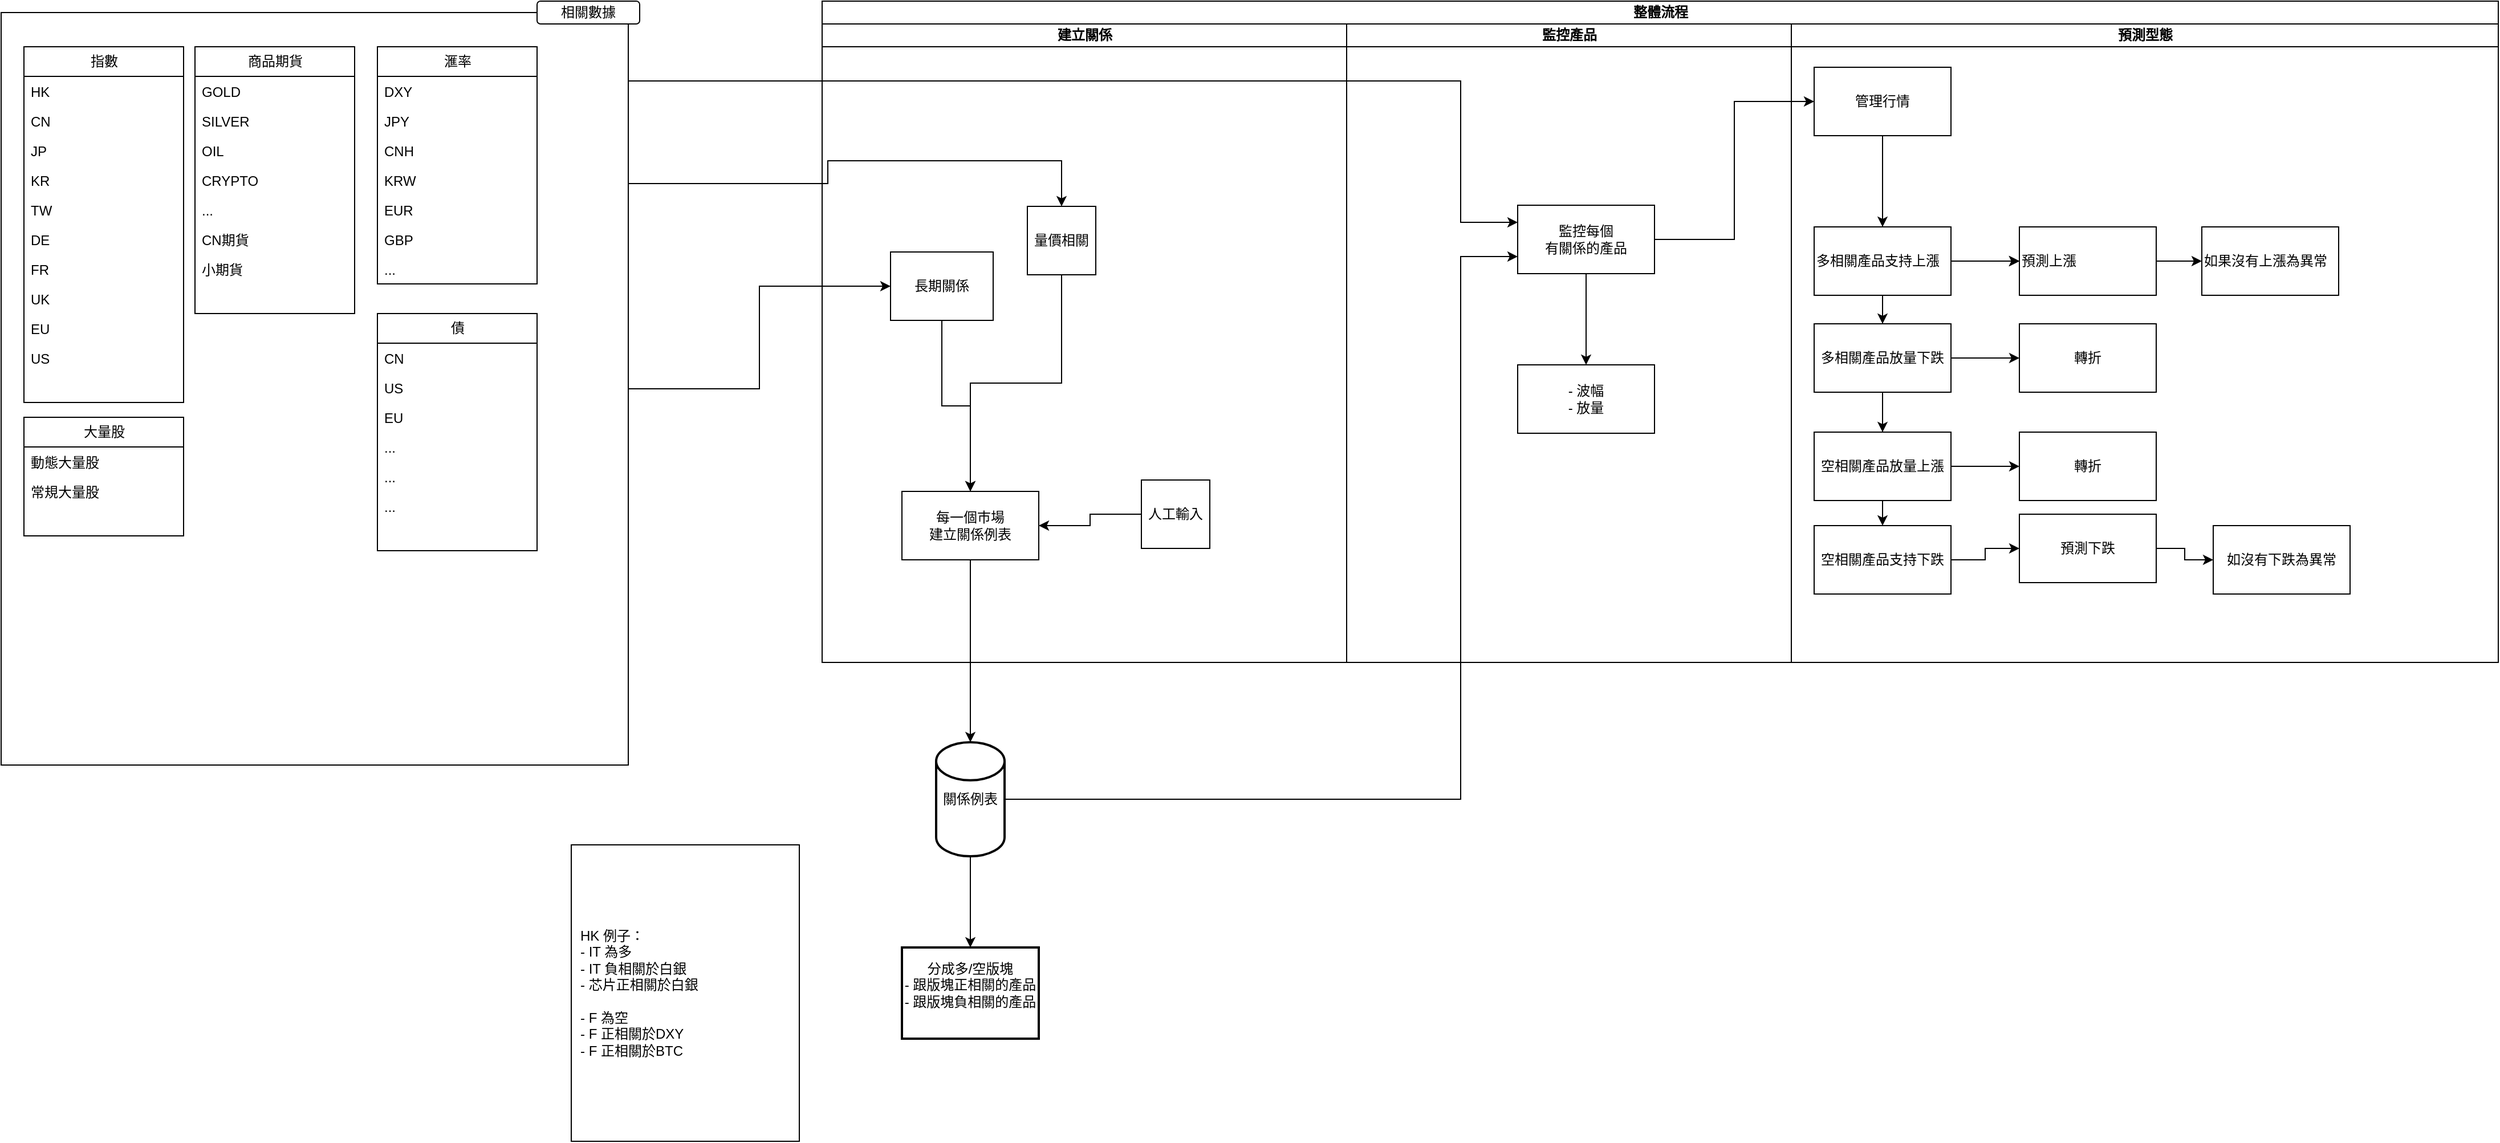
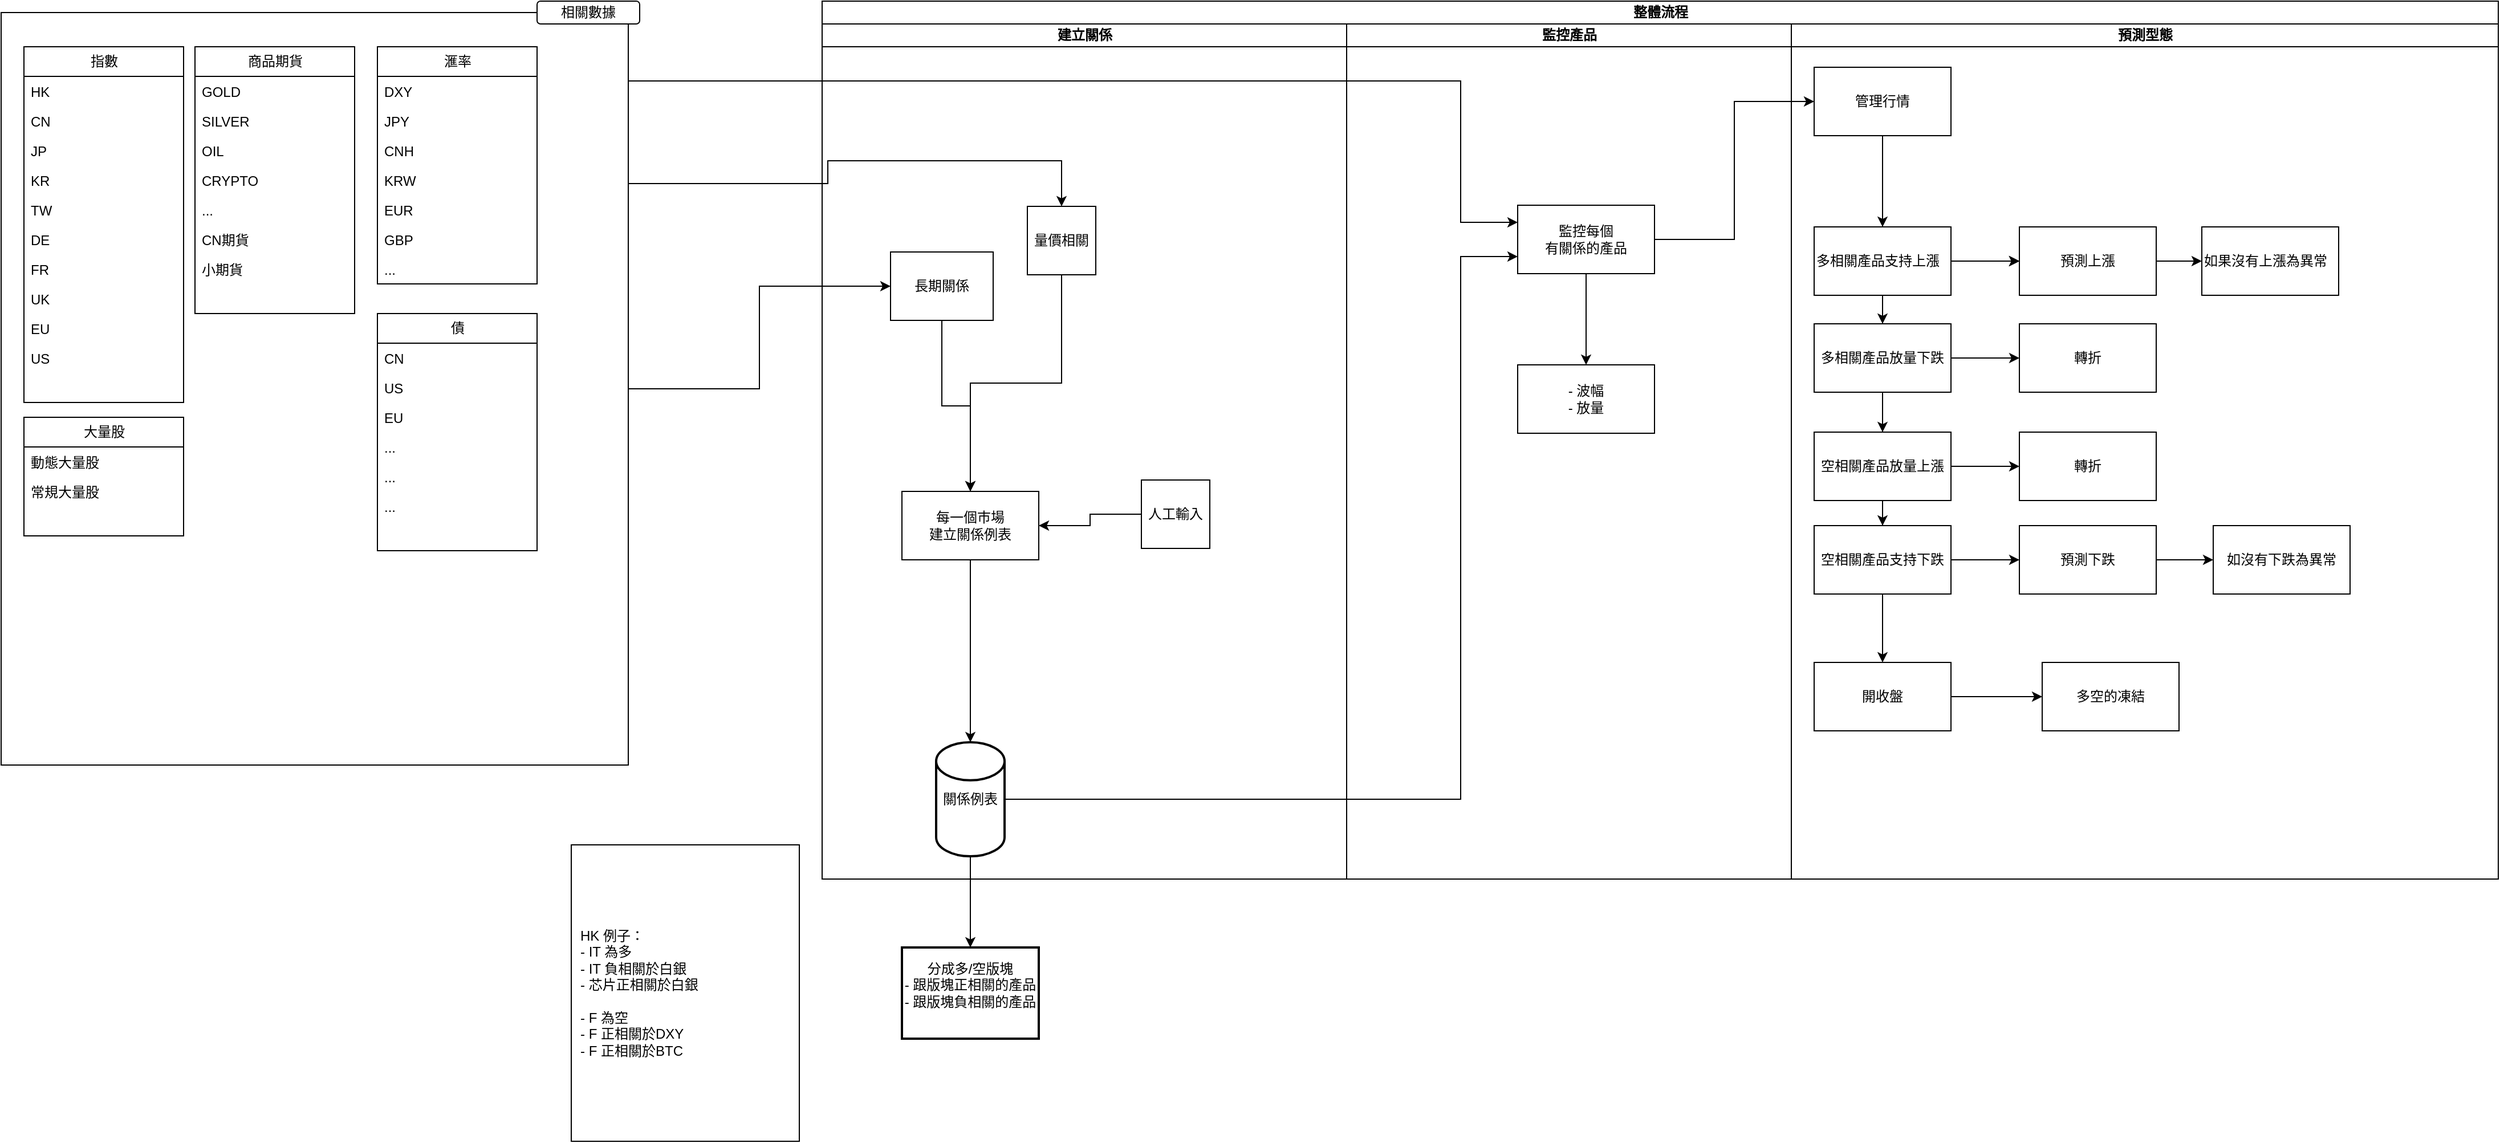
<mxfile host="app.diagrams.net" agent="5.0 (Windows NT 10.0; Win64; x64) AppleWebKit/537.36 (KHTML, like Gecko) Chrome/90.0.4430.212 Safari/537.36">
  <diagram name="Page-1" id="74e2e168-ea6b-b213-b513-2b3c1d86103e">
    <mxGraphModel dx="3812" dy="1174" grid="1" gridSize="10" guides="1" tooltips="1" connect="1" arrows="1" fold="1" page="1" pageScale="1" pageWidth="1100" pageHeight="850" background="none" math="0" shadow="0">
      <root>
        <mxCell id="0" />
        <mxCell id="1" parent="0" />
        <mxCell id="YQHDDsOLslfGtJY1zLIF-77" edge="1" parent="1" source="YQHDDsOLslfGtJY1zLIF-29" style="edgeStyle=orthogonalEdgeStyle;rounded=0;orthogonalLoop=1;jettySize=auto;html=1;entryX=0.5;entryY=0;entryDx=0;entryDy=0;" target="YQHDDsOLslfGtJY1zLIF-23">
          <mxGeometry relative="1" as="geometry">
            <Array as="points">
              <mxPoint x="145" y="220" />
              <mxPoint x="145" y="200" />
              <mxPoint x="350" y="200" />
            </Array>
          </mxGeometry>
        </mxCell>
        <mxCell id="YQHDDsOLslfGtJY1zLIF-78" edge="1" parent="1" source="YQHDDsOLslfGtJY1zLIF-29" style="edgeStyle=orthogonalEdgeStyle;rounded=0;orthogonalLoop=1;jettySize=auto;html=1;entryX=0;entryY=0.5;entryDx=0;entryDy=0;" target="YQHDDsOLslfGtJY1zLIF-21">
          <mxGeometry relative="1" as="geometry" />
        </mxCell>
        <mxCell id="YQHDDsOLslfGtJY1zLIF-80" edge="1" parent="1" source="YQHDDsOLslfGtJY1zLIF-29" style="edgeStyle=orthogonalEdgeStyle;rounded=0;orthogonalLoop=1;jettySize=auto;html=1;entryX=0;entryY=0.25;entryDx=0;entryDy=0;" target="YQHDDsOLslfGtJY1zLIF-15">
          <mxGeometry relative="1" as="geometry">
            <Array as="points">
              <mxPoint x="700" y="130" />
              <mxPoint x="700" y="254" />
            </Array>
          </mxGeometry>
        </mxCell>
        <mxCell id="YQHDDsOLslfGtJY1zLIF-29" parent="1" style="rounded=0;whiteSpace=wrap;html=1;" value="" vertex="1">
          <mxGeometry height="660" width="550" x="-580" y="70" as="geometry" />
        </mxCell>
        <mxCell id="YQHDDsOLslfGtJY1zLIF-5" parent="1" style="swimlane;childLayout=stackLayout;resizeParent=1;resizeParentMax=0;startSize=20;html=1;" value="整體流程" vertex="1">
-           <mxGeometry height="580" width="1470" x="140" y="60" as="geometry" />
+           <mxGeometry height="770" width="1470" x="140" y="60" as="geometry" />
        </mxCell>
        <mxCell id="YQHDDsOLslfGtJY1zLIF-6" parent="YQHDDsOLslfGtJY1zLIF-5" style="swimlane;startSize=20;html=1;" value="建立關係" vertex="1">
-           <mxGeometry height="560" width="460" y="20" as="geometry" />
+           <mxGeometry height="750" width="460" y="20" as="geometry" />
        </mxCell>
        <mxCell id="YQHDDsOLslfGtJY1zLIF-9" parent="YQHDDsOLslfGtJY1zLIF-6" style="rounded=0;whiteSpace=wrap;html=1;" value="每一個巿場&lt;br&gt;建立關係例表" vertex="1">
          <mxGeometry height="60" width="120" x="70" y="410" as="geometry" />
        </mxCell>
        <mxCell id="YQHDDsOLslfGtJY1zLIF-22" edge="1" parent="YQHDDsOLslfGtJY1zLIF-6" source="YQHDDsOLslfGtJY1zLIF-21" style="edgeStyle=orthogonalEdgeStyle;rounded=0;orthogonalLoop=1;jettySize=auto;html=1;entryX=0.5;entryY=0;entryDx=0;entryDy=0;" target="YQHDDsOLslfGtJY1zLIF-9">
          <mxGeometry relative="1" as="geometry" />
        </mxCell>
        <mxCell id="YQHDDsOLslfGtJY1zLIF-21" parent="YQHDDsOLslfGtJY1zLIF-6" style="rounded=0;whiteSpace=wrap;html=1;" value="長期關係" vertex="1">
          <mxGeometry height="60" width="90" x="60" y="200" as="geometry" />
        </mxCell>
        <mxCell id="YQHDDsOLslfGtJY1zLIF-25" edge="1" parent="YQHDDsOLslfGtJY1zLIF-6" source="YQHDDsOLslfGtJY1zLIF-23" style="edgeStyle=orthogonalEdgeStyle;rounded=0;orthogonalLoop=1;jettySize=auto;html=1;entryX=0.5;entryY=0;entryDx=0;entryDy=0;" target="YQHDDsOLslfGtJY1zLIF-9">
          <mxGeometry relative="1" as="geometry" />
        </mxCell>
        <mxCell id="YQHDDsOLslfGtJY1zLIF-23" parent="YQHDDsOLslfGtJY1zLIF-6" style="rounded=0;whiteSpace=wrap;html=1;" value="量價相關" vertex="1">
          <mxGeometry height="60" width="60" x="180" y="160" as="geometry" />
        </mxCell>
        <mxCell id="YQHDDsOLslfGtJY1zLIF-79" edge="1" parent="YQHDDsOLslfGtJY1zLIF-6" source="YQHDDsOLslfGtJY1zLIF-26" style="edgeStyle=orthogonalEdgeStyle;rounded=0;orthogonalLoop=1;jettySize=auto;html=1;" target="YQHDDsOLslfGtJY1zLIF-9">
          <mxGeometry relative="1" as="geometry" />
        </mxCell>
        <mxCell id="YQHDDsOLslfGtJY1zLIF-26" parent="YQHDDsOLslfGtJY1zLIF-6" style="rounded=0;whiteSpace=wrap;html=1;" value="人工輸入" vertex="1">
          <mxGeometry height="60" width="60" x="280" y="400" as="geometry" />
        </mxCell>
        <mxCell id="YQHDDsOLslfGtJY1zLIF-7" parent="YQHDDsOLslfGtJY1zLIF-5" style="swimlane;startSize=20;html=1;" value="監控產品" vertex="1">
-           <mxGeometry height="560" width="390" x="460" y="20" as="geometry" />
+           <mxGeometry height="750" width="390" x="460" y="20" as="geometry" />
        </mxCell>
        <mxCell id="YQHDDsOLslfGtJY1zLIF-82" edge="1" parent="YQHDDsOLslfGtJY1zLIF-7" source="YQHDDsOLslfGtJY1zLIF-15" style="edgeStyle=orthogonalEdgeStyle;rounded=0;orthogonalLoop=1;jettySize=auto;html=1;" target="YQHDDsOLslfGtJY1zLIF-81" value="">
          <mxGeometry relative="1" as="geometry" />
        </mxCell>
        <mxCell id="YQHDDsOLslfGtJY1zLIF-15" parent="YQHDDsOLslfGtJY1zLIF-7" style="rounded=0;whiteSpace=wrap;html=1;" value="&lt;div&gt;監控每個&lt;/div&gt;&lt;div&gt;有關係的產品&lt;/div&gt;" vertex="1">
          <mxGeometry height="60" width="120" x="150" y="159" as="geometry" />
        </mxCell>
        <mxCell id="YQHDDsOLslfGtJY1zLIF-81" parent="YQHDDsOLslfGtJY1zLIF-7" style="whiteSpace=wrap;html=1;rounded=0;" value="- 波幅&lt;div&gt;- 放量&lt;/div&gt;" vertex="1">
          <mxGeometry height="60" width="120" x="150" y="299" as="geometry" />
        </mxCell>
        <mxCell id="YQHDDsOLslfGtJY1zLIF-18" edge="1" parent="YQHDDsOLslfGtJY1zLIF-5" source="YQHDDsOLslfGtJY1zLIF-15" style="edgeStyle=orthogonalEdgeStyle;rounded=0;orthogonalLoop=1;jettySize=auto;html=1;entryX=0;entryY=0.5;entryDx=0;entryDy=0;" target="YQHDDsOLslfGtJY1zLIF-17">
          <mxGeometry relative="1" as="geometry" />
        </mxCell>
        <mxCell id="YQHDDsOLslfGtJY1zLIF-8" parent="YQHDDsOLslfGtJY1zLIF-5" style="swimlane;startSize=20;html=1;" value="預測型態" vertex="1">
-           <mxGeometry height="560" width="620" x="850" y="20" as="geometry" />
+           <mxGeometry height="750" width="620" x="850" y="20" as="geometry" />
        </mxCell>
        <mxCell id="YQHDDsOLslfGtJY1zLIF-99" edge="1" parent="YQHDDsOLslfGtJY1zLIF-8" source="YQHDDsOLslfGtJY1zLIF-17" style="edgeStyle=orthogonalEdgeStyle;rounded=0;orthogonalLoop=1;jettySize=auto;html=1;" target="YQHDDsOLslfGtJY1zLIF-98" value="">
          <mxGeometry relative="1" as="geometry" />
        </mxCell>
        <mxCell id="YQHDDsOLslfGtJY1zLIF-109" edge="1" parent="YQHDDsOLslfGtJY1zLIF-8" source="YQHDDsOLslfGtJY1zLIF-17" style="edgeStyle=orthogonalEdgeStyle;rounded=0;orthogonalLoop=1;jettySize=auto;html=1;" target="YQHDDsOLslfGtJY1zLIF-108" value="">
          <mxGeometry relative="1" as="geometry" />
        </mxCell>
        <mxCell id="YQHDDsOLslfGtJY1zLIF-115" edge="1" parent="YQHDDsOLslfGtJY1zLIF-8" source="YQHDDsOLslfGtJY1zLIF-17" style="edgeStyle=orthogonalEdgeStyle;rounded=0;orthogonalLoop=1;jettySize=auto;html=1;" target="YQHDDsOLslfGtJY1zLIF-114" value="">
          <mxGeometry relative="1" as="geometry" />
        </mxCell>
        <mxCell id="YQHDDsOLslfGtJY1zLIF-119" edge="1" parent="YQHDDsOLslfGtJY1zLIF-8" source="YQHDDsOLslfGtJY1zLIF-17" style="edgeStyle=orthogonalEdgeStyle;rounded=0;orthogonalLoop=1;jettySize=auto;html=1;" target="YQHDDsOLslfGtJY1zLIF-118" value="">
+           <mxGeometry relative="1" as="geometry" />
+         </mxCell>
+         <mxCell id="u62yTT3lsbl58B5bih1E-2" edge="1" parent="YQHDDsOLslfGtJY1zLIF-8" source="YQHDDsOLslfGtJY1zLIF-17" style="edgeStyle=orthogonalEdgeStyle;rounded=0;orthogonalLoop=1;jettySize=auto;html=1;" target="u62yTT3lsbl58B5bih1E-1" value="">
          <mxGeometry relative="1" as="geometry" />
        </mxCell>
        <mxCell id="YQHDDsOLslfGtJY1zLIF-17" parent="YQHDDsOLslfGtJY1zLIF-8" style="rounded=0;whiteSpace=wrap;html=1;" value="管理行情" vertex="1">
          <mxGeometry height="60" width="120" x="20" y="38" as="geometry" />
        </mxCell>
        <mxCell id="YQHDDsOLslfGtJY1zLIF-101" edge="1" parent="YQHDDsOLslfGtJY1zLIF-8" source="YQHDDsOLslfGtJY1zLIF-98" style="edgeStyle=orthogonalEdgeStyle;rounded=0;orthogonalLoop=1;jettySize=auto;html=1;" target="YQHDDsOLslfGtJY1zLIF-100" value="">
          <mxGeometry relative="1" as="geometry" />
        </mxCell>
        <mxCell id="YQHDDsOLslfGtJY1zLIF-103" edge="1" parent="YQHDDsOLslfGtJY1zLIF-8" source="YQHDDsOLslfGtJY1zLIF-98" style="edgeStyle=orthogonalEdgeStyle;rounded=0;orthogonalLoop=1;jettySize=auto;html=1;" target="YQHDDsOLslfGtJY1zLIF-100" value="">
          <mxGeometry relative="1" as="geometry" />
        </mxCell>
        <mxCell id="YQHDDsOLslfGtJY1zLIF-104" edge="1" parent="YQHDDsOLslfGtJY1zLIF-8" source="YQHDDsOLslfGtJY1zLIF-98" style="edgeStyle=orthogonalEdgeStyle;rounded=0;orthogonalLoop=1;jettySize=auto;html=1;" target="YQHDDsOLslfGtJY1zLIF-100" value="">
          <mxGeometry relative="1" as="geometry" />
        </mxCell>
        <mxCell id="YQHDDsOLslfGtJY1zLIF-98" parent="YQHDDsOLslfGtJY1zLIF-8" style="whiteSpace=wrap;html=1;rounded=0;align=left;" value="多相關產品支持上漲" vertex="1">
          <mxGeometry height="60" width="120" x="20" y="178" as="geometry" />
        </mxCell>
        <mxCell id="YQHDDsOLslfGtJY1zLIF-107" edge="1" parent="YQHDDsOLslfGtJY1zLIF-8" source="YQHDDsOLslfGtJY1zLIF-100" style="edgeStyle=orthogonalEdgeStyle;rounded=0;orthogonalLoop=1;jettySize=auto;html=1;entryX=0;entryY=0.5;entryDx=0;entryDy=0;" target="YQHDDsOLslfGtJY1zLIF-105">
          <mxGeometry relative="1" as="geometry" />
        </mxCell>
-         <mxCell id="YQHDDsOLslfGtJY1zLIF-100" parent="YQHDDsOLslfGtJY1zLIF-8" style="whiteSpace=wrap;html=1;align=left;rounded=0;" value="預測上漲" vertex="1">
+         <mxCell id="YQHDDsOLslfGtJY1zLIF-100" parent="YQHDDsOLslfGtJY1zLIF-8" style="whiteSpace=wrap;html=1;align=center;rounded=0;" value="預測上漲" vertex="1">
          <mxGeometry height="60" width="120" x="200" y="178" as="geometry" />
        </mxCell>
        <mxCell id="YQHDDsOLslfGtJY1zLIF-105" parent="YQHDDsOLslfGtJY1zLIF-8" style="whiteSpace=wrap;html=1;align=left;rounded=0;" value="如果沒有上漲為異常" vertex="1">
          <mxGeometry height="60" width="120" x="360" y="178" as="geometry" />
        </mxCell>
        <mxCell id="YQHDDsOLslfGtJY1zLIF-113" edge="1" parent="YQHDDsOLslfGtJY1zLIF-8" source="YQHDDsOLslfGtJY1zLIF-108" style="edgeStyle=orthogonalEdgeStyle;rounded=0;orthogonalLoop=1;jettySize=auto;html=1;" target="YQHDDsOLslfGtJY1zLIF-112" value="">
          <mxGeometry relative="1" as="geometry" />
        </mxCell>
        <mxCell id="YQHDDsOLslfGtJY1zLIF-108" parent="YQHDDsOLslfGtJY1zLIF-8" style="whiteSpace=wrap;html=1;rounded=0;" value="多相關產品放量下跌" vertex="1">
          <mxGeometry height="60" width="120" x="20" y="263" as="geometry" />
        </mxCell>
        <mxCell id="YQHDDsOLslfGtJY1zLIF-112" parent="YQHDDsOLslfGtJY1zLIF-8" style="whiteSpace=wrap;html=1;rounded=0;" value="轉折" vertex="1">
          <mxGeometry height="60" width="120" x="200" y="263" as="geometry" />
        </mxCell>
        <mxCell id="YQHDDsOLslfGtJY1zLIF-117" edge="1" parent="YQHDDsOLslfGtJY1zLIF-8" source="YQHDDsOLslfGtJY1zLIF-114" style="edgeStyle=orthogonalEdgeStyle;rounded=0;orthogonalLoop=1;jettySize=auto;html=1;entryX=0;entryY=0.5;entryDx=0;entryDy=0;" target="YQHDDsOLslfGtJY1zLIF-116">
          <mxGeometry relative="1" as="geometry" />
        </mxCell>
        <mxCell id="YQHDDsOLslfGtJY1zLIF-114" parent="YQHDDsOLslfGtJY1zLIF-8" style="whiteSpace=wrap;html=1;rounded=0;" value="空相關產品放量上漲" vertex="1">
          <mxGeometry height="60" width="120" x="20" y="358" as="geometry" />
        </mxCell>
        <mxCell id="YQHDDsOLslfGtJY1zLIF-116" parent="YQHDDsOLslfGtJY1zLIF-8" style="whiteSpace=wrap;html=1;rounded=0;" value="轉折" vertex="1">
          <mxGeometry height="60" width="120" x="200" y="358" as="geometry" />
        </mxCell>
        <mxCell id="YQHDDsOLslfGtJY1zLIF-121" edge="1" parent="YQHDDsOLslfGtJY1zLIF-8" source="YQHDDsOLslfGtJY1zLIF-118" style="edgeStyle=orthogonalEdgeStyle;rounded=0;orthogonalLoop=1;jettySize=auto;html=1;" target="YQHDDsOLslfGtJY1zLIF-120">
          <mxGeometry relative="1" as="geometry" />
        </mxCell>
        <mxCell id="YQHDDsOLslfGtJY1zLIF-118" parent="YQHDDsOLslfGtJY1zLIF-8" style="whiteSpace=wrap;html=1;rounded=0;" value="&lt;span style=&quot;text-align: left;&quot;&gt;空相關產品支持下跌&lt;/span&gt;" vertex="1">
          <mxGeometry height="60" width="120" x="20" y="440" as="geometry" />
        </mxCell>
        <mxCell id="YQHDDsOLslfGtJY1zLIF-124" edge="1" parent="YQHDDsOLslfGtJY1zLIF-8" source="YQHDDsOLslfGtJY1zLIF-120" style="edgeStyle=orthogonalEdgeStyle;rounded=0;orthogonalLoop=1;jettySize=auto;html=1;" target="YQHDDsOLslfGtJY1zLIF-123" value="">
          <mxGeometry relative="1" as="geometry" />
        </mxCell>
        <mxCell id="YQHDDsOLslfGtJY1zLIF-120" parent="YQHDDsOLslfGtJY1zLIF-8" style="whiteSpace=wrap;html=1;rounded=0;" value="預測下跌" vertex="1">
-           <mxGeometry height="60" width="120" x="200" y="430" as="geometry" />
+           <mxGeometry height="60" width="120" x="200" y="440" as="geometry" />
        </mxCell>
        <mxCell id="YQHDDsOLslfGtJY1zLIF-123" parent="YQHDDsOLslfGtJY1zLIF-8" style="whiteSpace=wrap;html=1;rounded=0;" value="如沒有下跌為異常" vertex="1">
          <mxGeometry height="60" width="120" x="370" y="440" as="geometry" />
+         </mxCell>
+         <mxCell id="u62yTT3lsbl58B5bih1E-4" edge="1" parent="YQHDDsOLslfGtJY1zLIF-8" source="u62yTT3lsbl58B5bih1E-1" style="edgeStyle=orthogonalEdgeStyle;rounded=0;orthogonalLoop=1;jettySize=auto;html=1;" target="u62yTT3lsbl58B5bih1E-3" value="">
+           <mxGeometry relative="1" as="geometry" />
+         </mxCell>
+         <mxCell id="u62yTT3lsbl58B5bih1E-1" parent="YQHDDsOLslfGtJY1zLIF-8" style="whiteSpace=wrap;html=1;rounded=0;" value="開收盤" vertex="1">
+           <mxGeometry height="60" width="120" x="20" y="560" as="geometry" />
+         </mxCell>
+         <mxCell id="u62yTT3lsbl58B5bih1E-3" parent="YQHDDsOLslfGtJY1zLIF-8" style="whiteSpace=wrap;html=1;rounded=0;" value="多空的凍結" vertex="1">
+           <mxGeometry height="60" width="120" x="220" y="560" as="geometry" />
        </mxCell>
        <mxCell id="YQHDDsOLslfGtJY1zLIF-16" edge="1" parent="1" source="YQHDDsOLslfGtJY1zLIF-10" style="edgeStyle=orthogonalEdgeStyle;rounded=0;orthogonalLoop=1;jettySize=auto;html=1;entryX=0;entryY=0.75;entryDx=0;entryDy=0;" target="YQHDDsOLslfGtJY1zLIF-15">
          <mxGeometry relative="1" as="geometry">
            <Array as="points">
              <mxPoint x="700" y="760" />
              <mxPoint x="700" y="284" />
            </Array>
          </mxGeometry>
        </mxCell>
        <mxCell id="YQHDDsOLslfGtJY1zLIF-84" edge="1" parent="1" source="YQHDDsOLslfGtJY1zLIF-10" style="edgeStyle=orthogonalEdgeStyle;rounded=0;orthogonalLoop=1;jettySize=auto;html=1;" target="YQHDDsOLslfGtJY1zLIF-83" value="">
          <mxGeometry relative="1" as="geometry" />
        </mxCell>
        <mxCell id="YQHDDsOLslfGtJY1zLIF-10" parent="1" style="strokeWidth=2;html=1;shape=mxgraph.flowchart.database;whiteSpace=wrap;" value="關係例表" vertex="1">
          <mxGeometry height="100" width="60" x="240" y="710" as="geometry" />
        </mxCell>
        <mxCell id="YQHDDsOLslfGtJY1zLIF-12" edge="1" parent="1" source="YQHDDsOLslfGtJY1zLIF-9" style="edgeStyle=orthogonalEdgeStyle;rounded=0;orthogonalLoop=1;jettySize=auto;html=1;entryX=0.5;entryY=0;entryDx=0;entryDy=0;entryPerimeter=0;" target="YQHDDsOLslfGtJY1zLIF-10">
          <mxGeometry relative="1" as="geometry" />
        </mxCell>
        <mxCell id="YQHDDsOLslfGtJY1zLIF-31" parent="1" style="swimlane;fontStyle=0;childLayout=stackLayout;horizontal=1;startSize=26;fillColor=none;horizontalStack=0;resizeParent=1;resizeParentMax=0;resizeLast=0;collapsible=1;marginBottom=0;html=1;" value="指數" vertex="1">
          <mxGeometry height="312" width="140" x="-560" y="100" as="geometry">
            <mxRectangle height="30" width="60" x="-120" y="310" as="alternateBounds" />
          </mxGeometry>
        </mxCell>
        <mxCell id="YQHDDsOLslfGtJY1zLIF-32" parent="YQHDDsOLslfGtJY1zLIF-31" style="text;strokeColor=none;fillColor=none;align=left;verticalAlign=top;spacingLeft=4;spacingRight=4;overflow=hidden;rotatable=0;points=[[0,0.5],[1,0.5]];portConstraint=eastwest;whiteSpace=wrap;html=1;" value="HK" vertex="1">
          <mxGeometry height="26" width="140" y="26" as="geometry" />
        </mxCell>
        <mxCell id="YQHDDsOLslfGtJY1zLIF-33" parent="YQHDDsOLslfGtJY1zLIF-31" style="text;strokeColor=none;fillColor=none;align=left;verticalAlign=top;spacingLeft=4;spacingRight=4;overflow=hidden;rotatable=0;points=[[0,0.5],[1,0.5]];portConstraint=eastwest;whiteSpace=wrap;html=1;" value="CN" vertex="1">
          <mxGeometry height="26" width="140" y="52" as="geometry" />
        </mxCell>
        <mxCell id="YQHDDsOLslfGtJY1zLIF-34" parent="YQHDDsOLslfGtJY1zLIF-31" style="text;strokeColor=none;fillColor=none;align=left;verticalAlign=top;spacingLeft=4;spacingRight=4;overflow=hidden;rotatable=0;points=[[0,0.5],[1,0.5]];portConstraint=eastwest;whiteSpace=wrap;html=1;" value="JP" vertex="1">
          <mxGeometry height="26" width="140" y="78" as="geometry" />
        </mxCell>
        <mxCell id="YQHDDsOLslfGtJY1zLIF-35" parent="YQHDDsOLslfGtJY1zLIF-31" style="text;strokeColor=none;fillColor=none;align=left;verticalAlign=top;spacingLeft=4;spacingRight=4;overflow=hidden;rotatable=0;points=[[0,0.5],[1,0.5]];portConstraint=eastwest;whiteSpace=wrap;html=1;" value="KR" vertex="1">
          <mxGeometry height="26" width="140" y="104" as="geometry" />
        </mxCell>
        <mxCell id="YQHDDsOLslfGtJY1zLIF-39" parent="YQHDDsOLslfGtJY1zLIF-31" style="text;strokeColor=none;fillColor=none;align=left;verticalAlign=top;spacingLeft=4;spacingRight=4;overflow=hidden;rotatable=0;points=[[0,0.5],[1,0.5]];portConstraint=eastwest;whiteSpace=wrap;html=1;" value="TW" vertex="1">
          <mxGeometry height="26" width="140" y="130" as="geometry" />
        </mxCell>
        <mxCell id="YQHDDsOLslfGtJY1zLIF-38" parent="YQHDDsOLslfGtJY1zLIF-31" style="text;strokeColor=none;fillColor=none;align=left;verticalAlign=top;spacingLeft=4;spacingRight=4;overflow=hidden;rotatable=0;points=[[0,0.5],[1,0.5]];portConstraint=eastwest;whiteSpace=wrap;html=1;" value="DE" vertex="1">
          <mxGeometry height="26" width="140" y="156" as="geometry" />
        </mxCell>
        <mxCell id="YQHDDsOLslfGtJY1zLIF-37" parent="YQHDDsOLslfGtJY1zLIF-31" style="text;strokeColor=none;fillColor=none;align=left;verticalAlign=top;spacingLeft=4;spacingRight=4;overflow=hidden;rotatable=0;points=[[0,0.5],[1,0.5]];portConstraint=eastwest;whiteSpace=wrap;html=1;" value="FR" vertex="1">
          <mxGeometry height="26" width="140" y="182" as="geometry" />
        </mxCell>
        <mxCell id="YQHDDsOLslfGtJY1zLIF-36" parent="YQHDDsOLslfGtJY1zLIF-31" style="text;strokeColor=none;fillColor=none;align=left;verticalAlign=top;spacingLeft=4;spacingRight=4;overflow=hidden;rotatable=0;points=[[0,0.5],[1,0.5]];portConstraint=eastwest;whiteSpace=wrap;html=1;" value="UK&lt;span style=&quot;white-space: pre;&quot;&gt;&#x9;&lt;/span&gt;" vertex="1">
          <mxGeometry height="26" width="140" y="208" as="geometry" />
        </mxCell>
        <mxCell id="YQHDDsOLslfGtJY1zLIF-42" parent="YQHDDsOLslfGtJY1zLIF-31" style="text;strokeColor=none;fillColor=none;align=left;verticalAlign=top;spacingLeft=4;spacingRight=4;overflow=hidden;rotatable=0;points=[[0,0.5],[1,0.5]];portConstraint=eastwest;whiteSpace=wrap;html=1;" value="EU" vertex="1">
          <mxGeometry height="26" width="140" y="234" as="geometry" />
        </mxCell>
        <mxCell id="YQHDDsOLslfGtJY1zLIF-41" parent="YQHDDsOLslfGtJY1zLIF-31" style="text;strokeColor=none;fillColor=none;align=left;verticalAlign=top;spacingLeft=4;spacingRight=4;overflow=hidden;rotatable=0;points=[[0,0.5],[1,0.5]];portConstraint=eastwest;whiteSpace=wrap;html=1;" value="US" vertex="1">
          <mxGeometry height="26" width="140" y="260" as="geometry" />
        </mxCell>
        <mxCell id="YQHDDsOLslfGtJY1zLIF-40" parent="YQHDDsOLslfGtJY1zLIF-31" style="text;strokeColor=none;fillColor=none;align=left;verticalAlign=top;spacingLeft=4;spacingRight=4;overflow=hidden;rotatable=0;points=[[0,0.5],[1,0.5]];portConstraint=eastwest;whiteSpace=wrap;html=1;" vertex="1">
          <mxGeometry height="26" width="140" y="286" as="geometry" />
        </mxCell>
        <mxCell id="YQHDDsOLslfGtJY1zLIF-44" parent="1" style="rounded=1;whiteSpace=wrap;html=1;" value="相關數據" vertex="1">
          <mxGeometry height="20" width="90" x="-110" y="60" as="geometry" />
        </mxCell>
        <mxCell id="YQHDDsOLslfGtJY1zLIF-45" parent="1" style="swimlane;fontStyle=0;childLayout=stackLayout;horizontal=1;startSize=26;fillColor=none;horizontalStack=0;resizeParent=1;resizeParentMax=0;resizeLast=0;collapsible=1;marginBottom=0;html=1;" value="商品期貨" vertex="1">
          <mxGeometry height="234" width="140" x="-410" y="100" as="geometry">
            <mxRectangle height="30" width="60" x="-120" y="310" as="alternateBounds" />
          </mxGeometry>
        </mxCell>
        <mxCell id="YQHDDsOLslfGtJY1zLIF-46" parent="YQHDDsOLslfGtJY1zLIF-45" style="text;strokeColor=none;fillColor=none;align=left;verticalAlign=top;spacingLeft=4;spacingRight=4;overflow=hidden;rotatable=0;points=[[0,0.5],[1,0.5]];portConstraint=eastwest;whiteSpace=wrap;html=1;" value="GOLD" vertex="1">
          <mxGeometry height="26" width="140" y="26" as="geometry" />
        </mxCell>
        <mxCell id="YQHDDsOLslfGtJY1zLIF-47" parent="YQHDDsOLslfGtJY1zLIF-45" style="text;strokeColor=none;fillColor=none;align=left;verticalAlign=top;spacingLeft=4;spacingRight=4;overflow=hidden;rotatable=0;points=[[0,0.5],[1,0.5]];portConstraint=eastwest;whiteSpace=wrap;html=1;" value="SILVER" vertex="1">
          <mxGeometry height="26" width="140" y="52" as="geometry" />
        </mxCell>
        <mxCell id="YQHDDsOLslfGtJY1zLIF-48" parent="YQHDDsOLslfGtJY1zLIF-45" style="text;strokeColor=none;fillColor=none;align=left;verticalAlign=top;spacingLeft=4;spacingRight=4;overflow=hidden;rotatable=0;points=[[0,0.5],[1,0.5]];portConstraint=eastwest;whiteSpace=wrap;html=1;" value="OIL" vertex="1">
          <mxGeometry height="26" width="140" y="78" as="geometry" />
        </mxCell>
        <mxCell id="YQHDDsOLslfGtJY1zLIF-49" parent="YQHDDsOLslfGtJY1zLIF-45" style="text;strokeColor=none;fillColor=none;align=left;verticalAlign=top;spacingLeft=4;spacingRight=4;overflow=hidden;rotatable=0;points=[[0,0.5],[1,0.5]];portConstraint=eastwest;whiteSpace=wrap;html=1;" value="CRYPTO" vertex="1">
          <mxGeometry height="26" width="140" y="104" as="geometry" />
        </mxCell>
        <mxCell id="YQHDDsOLslfGtJY1zLIF-50" parent="YQHDDsOLslfGtJY1zLIF-45" style="text;strokeColor=none;fillColor=none;align=left;verticalAlign=top;spacingLeft=4;spacingRight=4;overflow=hidden;rotatable=0;points=[[0,0.5],[1,0.5]];portConstraint=eastwest;whiteSpace=wrap;html=1;" value="..." vertex="1">
          <mxGeometry height="26" width="140" y="130" as="geometry" />
        </mxCell>
        <mxCell id="YQHDDsOLslfGtJY1zLIF-51" parent="YQHDDsOLslfGtJY1zLIF-45" style="text;strokeColor=none;fillColor=none;align=left;verticalAlign=top;spacingLeft=4;spacingRight=4;overflow=hidden;rotatable=0;points=[[0,0.5],[1,0.5]];portConstraint=eastwest;whiteSpace=wrap;html=1;" value="CN期貨" vertex="1">
          <mxGeometry height="26" width="140" y="156" as="geometry" />
        </mxCell>
        <mxCell id="YQHDDsOLslfGtJY1zLIF-52" parent="YQHDDsOLslfGtJY1zLIF-45" style="text;strokeColor=none;fillColor=none;align=left;verticalAlign=top;spacingLeft=4;spacingRight=4;overflow=hidden;rotatable=0;points=[[0,0.5],[1,0.5]];portConstraint=eastwest;whiteSpace=wrap;html=1;" value="小期貨" vertex="1">
          <mxGeometry height="26" width="140" y="182" as="geometry" />
        </mxCell>
        <mxCell id="YQHDDsOLslfGtJY1zLIF-56" parent="YQHDDsOLslfGtJY1zLIF-45" style="text;strokeColor=none;fillColor=none;align=left;verticalAlign=top;spacingLeft=4;spacingRight=4;overflow=hidden;rotatable=0;points=[[0,0.5],[1,0.5]];portConstraint=eastwest;whiteSpace=wrap;html=1;" vertex="1">
          <mxGeometry height="26" width="140" y="208" as="geometry" />
        </mxCell>
        <mxCell id="YQHDDsOLslfGtJY1zLIF-57" parent="1" style="swimlane;fontStyle=0;childLayout=stackLayout;horizontal=1;startSize=26;fillColor=none;horizontalStack=0;resizeParent=1;resizeParentMax=0;resizeLast=0;collapsible=1;marginBottom=0;html=1;" value="滙率" vertex="1">
          <mxGeometry height="208" width="140" x="-250" y="100" as="geometry">
            <mxRectangle height="30" width="60" x="-120" y="310" as="alternateBounds" />
          </mxGeometry>
        </mxCell>
        <mxCell id="YQHDDsOLslfGtJY1zLIF-58" parent="YQHDDsOLslfGtJY1zLIF-57" style="text;strokeColor=none;fillColor=none;align=left;verticalAlign=top;spacingLeft=4;spacingRight=4;overflow=hidden;rotatable=0;points=[[0,0.5],[1,0.5]];portConstraint=eastwest;whiteSpace=wrap;html=1;" value="DXY" vertex="1">
          <mxGeometry height="26" width="140" y="26" as="geometry" />
        </mxCell>
        <mxCell id="YQHDDsOLslfGtJY1zLIF-59" parent="YQHDDsOLslfGtJY1zLIF-57" style="text;strokeColor=none;fillColor=none;align=left;verticalAlign=top;spacingLeft=4;spacingRight=4;overflow=hidden;rotatable=0;points=[[0,0.5],[1,0.5]];portConstraint=eastwest;whiteSpace=wrap;html=1;" value="JPY" vertex="1">
          <mxGeometry height="26" width="140" y="52" as="geometry" />
        </mxCell>
        <mxCell id="YQHDDsOLslfGtJY1zLIF-60" parent="YQHDDsOLslfGtJY1zLIF-57" style="text;strokeColor=none;fillColor=none;align=left;verticalAlign=top;spacingLeft=4;spacingRight=4;overflow=hidden;rotatable=0;points=[[0,0.5],[1,0.5]];portConstraint=eastwest;whiteSpace=wrap;html=1;" value="CNH" vertex="1">
          <mxGeometry height="26" width="140" y="78" as="geometry" />
        </mxCell>
        <mxCell id="YQHDDsOLslfGtJY1zLIF-61" parent="YQHDDsOLslfGtJY1zLIF-57" style="text;strokeColor=none;fillColor=none;align=left;verticalAlign=top;spacingLeft=4;spacingRight=4;overflow=hidden;rotatable=0;points=[[0,0.5],[1,0.5]];portConstraint=eastwest;whiteSpace=wrap;html=1;" value="KRW" vertex="1">
          <mxGeometry height="26" width="140" y="104" as="geometry" />
        </mxCell>
        <mxCell id="YQHDDsOLslfGtJY1zLIF-62" parent="YQHDDsOLslfGtJY1zLIF-57" style="text;strokeColor=none;fillColor=none;align=left;verticalAlign=top;spacingLeft=4;spacingRight=4;overflow=hidden;rotatable=0;points=[[0,0.5],[1,0.5]];portConstraint=eastwest;whiteSpace=wrap;html=1;" value="EUR" vertex="1">
          <mxGeometry height="26" width="140" y="130" as="geometry" />
        </mxCell>
        <mxCell id="YQHDDsOLslfGtJY1zLIF-66" parent="YQHDDsOLslfGtJY1zLIF-57" style="text;strokeColor=none;fillColor=none;align=left;verticalAlign=top;spacingLeft=4;spacingRight=4;overflow=hidden;rotatable=0;points=[[0,0.5],[1,0.5]];portConstraint=eastwest;whiteSpace=wrap;html=1;" value="GBP" vertex="1">
          <mxGeometry height="26" width="140" y="156" as="geometry" />
        </mxCell>
        <mxCell id="YQHDDsOLslfGtJY1zLIF-68" parent="YQHDDsOLslfGtJY1zLIF-57" style="text;strokeColor=none;fillColor=none;align=left;verticalAlign=top;spacingLeft=4;spacingRight=4;overflow=hidden;rotatable=0;points=[[0,0.5],[1,0.5]];portConstraint=eastwest;whiteSpace=wrap;html=1;" value="..." vertex="1">
          <mxGeometry height="26" width="140" y="182" as="geometry" />
        </mxCell>
        <mxCell id="YQHDDsOLslfGtJY1zLIF-69" parent="1" style="swimlane;fontStyle=0;childLayout=stackLayout;horizontal=1;startSize=26;fillColor=none;horizontalStack=0;resizeParent=1;resizeParentMax=0;resizeLast=0;collapsible=1;marginBottom=0;html=1;" value="債" vertex="1">
          <mxGeometry height="208" width="140" x="-250" y="334" as="geometry">
            <mxRectangle height="30" width="60" x="-120" y="310" as="alternateBounds" />
          </mxGeometry>
        </mxCell>
        <mxCell id="YQHDDsOLslfGtJY1zLIF-70" parent="YQHDDsOLslfGtJY1zLIF-69" style="text;strokeColor=none;fillColor=none;align=left;verticalAlign=top;spacingLeft=4;spacingRight=4;overflow=hidden;rotatable=0;points=[[0,0.5],[1,0.5]];portConstraint=eastwest;whiteSpace=wrap;html=1;" value="CN" vertex="1">
          <mxGeometry height="26" width="140" y="26" as="geometry" />
        </mxCell>
        <mxCell id="YQHDDsOLslfGtJY1zLIF-71" parent="YQHDDsOLslfGtJY1zLIF-69" style="text;strokeColor=none;fillColor=none;align=left;verticalAlign=top;spacingLeft=4;spacingRight=4;overflow=hidden;rotatable=0;points=[[0,0.5],[1,0.5]];portConstraint=eastwest;whiteSpace=wrap;html=1;" value="US" vertex="1">
          <mxGeometry height="26" width="140" y="52" as="geometry" />
        </mxCell>
        <mxCell id="YQHDDsOLslfGtJY1zLIF-72" parent="YQHDDsOLslfGtJY1zLIF-69" style="text;strokeColor=none;fillColor=none;align=left;verticalAlign=top;spacingLeft=4;spacingRight=4;overflow=hidden;rotatable=0;points=[[0,0.5],[1,0.5]];portConstraint=eastwest;whiteSpace=wrap;html=1;" value="EU" vertex="1">
          <mxGeometry height="26" width="140" y="78" as="geometry" />
        </mxCell>
        <mxCell id="YQHDDsOLslfGtJY1zLIF-73" parent="YQHDDsOLslfGtJY1zLIF-69" style="text;strokeColor=none;fillColor=none;align=left;verticalAlign=top;spacingLeft=4;spacingRight=4;overflow=hidden;rotatable=0;points=[[0,0.5],[1,0.5]];portConstraint=eastwest;whiteSpace=wrap;html=1;" value="..." vertex="1">
          <mxGeometry height="26" width="140" y="104" as="geometry" />
        </mxCell>
        <mxCell id="YQHDDsOLslfGtJY1zLIF-74" parent="YQHDDsOLslfGtJY1zLIF-69" style="text;strokeColor=none;fillColor=none;align=left;verticalAlign=top;spacingLeft=4;spacingRight=4;overflow=hidden;rotatable=0;points=[[0,0.5],[1,0.5]];portConstraint=eastwest;whiteSpace=wrap;html=1;" value="..." vertex="1">
          <mxGeometry height="26" width="140" y="130" as="geometry" />
        </mxCell>
        <mxCell id="YQHDDsOLslfGtJY1zLIF-75" parent="YQHDDsOLslfGtJY1zLIF-69" style="text;strokeColor=none;fillColor=none;align=left;verticalAlign=top;spacingLeft=4;spacingRight=4;overflow=hidden;rotatable=0;points=[[0,0.5],[1,0.5]];portConstraint=eastwest;whiteSpace=wrap;html=1;" value="..." vertex="1">
          <mxGeometry height="26" width="140" y="156" as="geometry" />
        </mxCell>
        <mxCell id="YQHDDsOLslfGtJY1zLIF-76" parent="YQHDDsOLslfGtJY1zLIF-69" style="text;strokeColor=none;fillColor=none;align=left;verticalAlign=top;spacingLeft=4;spacingRight=4;overflow=hidden;rotatable=0;points=[[0,0.5],[1,0.5]];portConstraint=eastwest;whiteSpace=wrap;html=1;" vertex="1">
          <mxGeometry height="26" width="140" y="182" as="geometry" />
        </mxCell>
        <mxCell id="YQHDDsOLslfGtJY1zLIF-83" parent="1" style="whiteSpace=wrap;html=1;strokeWidth=2;" value="分成多/空版塊&lt;div&gt;- 跟版塊正相關的產品&lt;/div&gt;&lt;div&gt;- 跟版塊負相關的產品&lt;br&gt;&lt;div&gt;&lt;br&gt;&lt;/div&gt;&lt;/div&gt;" vertex="1">
          <mxGeometry height="80" width="120" x="210" y="890" as="geometry" />
        </mxCell>
        <mxCell id="YQHDDsOLslfGtJY1zLIF-85" parent="1" style="whiteSpace=wrap;html=1;align=left;spacingLeft=6;" value="HK 例子：&lt;div&gt;- IT 為多&lt;br&gt;&lt;div&gt;- IT 負相關於白銀&lt;/div&gt;&lt;div&gt;- 芯片正相關於白銀&lt;/div&gt;&lt;/div&gt;&lt;div&gt;&lt;br&gt;&lt;/div&gt;&lt;div&gt;- F 為空&lt;/div&gt;&lt;div&gt;- F 正相關於DXY&lt;/div&gt;&lt;div&gt;- F 正相關於BTC&lt;/div&gt;" vertex="1">
          <mxGeometry height="260" width="200" x="-80" y="800" as="geometry" />
        </mxCell>
        <mxCell id="YQHDDsOLslfGtJY1zLIF-86" parent="1" style="swimlane;fontStyle=0;childLayout=stackLayout;horizontal=1;startSize=26;fillColor=none;horizontalStack=0;resizeParent=1;resizeParentMax=0;resizeLast=0;collapsible=1;marginBottom=0;html=1;" value="大量股" vertex="1">
          <mxGeometry height="104" width="140" x="-560" y="425" as="geometry">
            <mxRectangle height="30" width="60" x="-120" y="310" as="alternateBounds" />
          </mxGeometry>
        </mxCell>
        <mxCell id="YQHDDsOLslfGtJY1zLIF-87" parent="YQHDDsOLslfGtJY1zLIF-86" style="text;strokeColor=none;fillColor=none;align=left;verticalAlign=top;spacingLeft=4;spacingRight=4;overflow=hidden;rotatable=0;points=[[0,0.5],[1,0.5]];portConstraint=eastwest;whiteSpace=wrap;html=1;" value="動態大量股" vertex="1">
          <mxGeometry height="26" width="140" y="26" as="geometry" />
        </mxCell>
        <mxCell id="YQHDDsOLslfGtJY1zLIF-88" parent="YQHDDsOLslfGtJY1zLIF-86" style="text;strokeColor=none;fillColor=none;align=left;verticalAlign=top;spacingLeft=4;spacingRight=4;overflow=hidden;rotatable=0;points=[[0,0.5],[1,0.5]];portConstraint=eastwest;whiteSpace=wrap;html=1;" value="常規大量股" vertex="1">
          <mxGeometry height="26" width="140" y="52" as="geometry" />
        </mxCell>
        <mxCell id="YQHDDsOLslfGtJY1zLIF-97" parent="YQHDDsOLslfGtJY1zLIF-86" style="text;strokeColor=none;fillColor=none;align=left;verticalAlign=top;spacingLeft=4;spacingRight=4;overflow=hidden;rotatable=0;points=[[0,0.5],[1,0.5]];portConstraint=eastwest;whiteSpace=wrap;html=1;" vertex="1">
          <mxGeometry height="26" width="140" y="78" as="geometry" />
        </mxCell>
      </root>
    </mxGraphModel>
  </diagram>
</mxfile>
